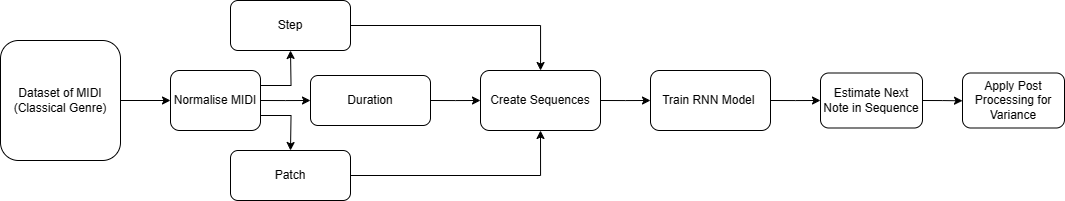
Before: static/rnn-pitch.png, a diagram exported from draw.io (ajbuchholz/CSC3094-Music-GAN-Dissertation). Source tidied: cells renumbered, new cells last; positions are measured from the earlier drawing's top-left corner, leaving out a move shared by most shapes. Source of this version:
```xml
<mxGraphModel>
  <root>
    <mxCell id="0" />
    <mxCell id="1" parent="0" />
    <mxCell id="2" style="edgeStyle=orthogonalEdgeStyle;rounded=0;jettySize=auto;html=1;exitX=1;exitY=0.5;exitDx=0;exitDy=0;" parent="1" edge="1" source="3">
      <mxGeometry relative="1" as="geometry">
        <mxPoint x="650" y="100" as="targetPoint" />
      </mxGeometry>
    </mxCell>
    <mxCell id="3" value="&lt;p&gt;Create Sequences&lt;/p&gt;" style="rounded=1;whiteSpace=wrap;html=1;" parent="1" vertex="1">
      <mxGeometry x="480" y="70" width="120" height="60" as="geometry" />
    </mxCell>
    <mxCell id="4" style="edgeStyle=orthogonalEdgeStyle;rounded=0;jettySize=auto;html=1;exitX=1;exitY=0.5;exitDx=0;exitDy=0;entryX=0;entryY=0.5;entryDx=0;entryDy=0;" parent="1" edge="1" source="5" target="9">
      <mxGeometry relative="1" as="geometry" />
    </mxCell>
    <mxCell id="5" value="Dataset of MIDI (Classical Genre)" style="rounded=1;whiteSpace=wrap;html=1;" parent="1" vertex="1">
      <mxGeometry y="40" width="120" height="120" as="geometry" />
    </mxCell>
    <mxCell id="6" style="edgeStyle=orthogonalEdgeStyle;rounded=0;jettySize=auto;html=1;exitX=1;exitY=0.25;exitDx=0;exitDy=0;" parent="1" edge="1" source="9">
      <mxGeometry relative="1" as="geometry">
        <mxPoint x="290" y="50" as="targetPoint" />
      </mxGeometry>
    </mxCell>
    <mxCell id="7" style="edgeStyle=orthogonalEdgeStyle;rounded=0;jettySize=auto;html=1;exitX=1;exitY=0.5;exitDx=0;exitDy=0;" parent="1" edge="1" source="9">
      <mxGeometry relative="1" as="geometry">
        <mxPoint x="310" y="100" as="targetPoint" />
      </mxGeometry>
    </mxCell>
    <mxCell id="8" style="edgeStyle=orthogonalEdgeStyle;rounded=0;jettySize=auto;html=1;exitX=1;exitY=0.75;exitDx=0;exitDy=0;" parent="1" edge="1" source="9">
      <mxGeometry relative="1" as="geometry">
        <mxPoint x="290" y="150" as="targetPoint" />
      </mxGeometry>
    </mxCell>
    <mxCell id="9" value="Normalise MIDI" style="rounded=1;whiteSpace=wrap;html=1;" parent="1" vertex="1">
      <mxGeometry x="170" y="70" width="90" height="60" as="geometry" />
    </mxCell>
    <mxCell id="10" style="edgeStyle=orthogonalEdgeStyle;rounded=0;jettySize=auto;html=1;exitX=1;exitY=0.5;exitDx=0;exitDy=0;" parent="1" edge="1" source="11" target="3">
      <mxGeometry relative="1" as="geometry" />
    </mxCell>
    <mxCell id="11" value="&lt;p&gt;Step&lt;/p&gt;" style="rounded=1;whiteSpace=wrap;html=1;" parent="1" vertex="1">
      <mxGeometry x="230" width="120" height="50" as="geometry" />
    </mxCell>
    <mxCell id="12" style="edgeStyle=orthogonalEdgeStyle;rounded=0;jettySize=auto;html=1;exitX=1;exitY=0.5;exitDx=0;exitDy=0;" parent="1" edge="1" source="13">
      <mxGeometry relative="1" as="geometry">
        <mxPoint x="480" y="100" as="targetPoint" />
      </mxGeometry>
    </mxCell>
    <mxCell id="13" value="&lt;p&gt;Duration&lt;/p&gt;" style="rounded=1;whiteSpace=wrap;html=1;" parent="1" vertex="1">
      <mxGeometry x="310" y="75" width="120" height="50" as="geometry" />
    </mxCell>
    <mxCell id="14" style="edgeStyle=orthogonalEdgeStyle;rounded=0;jettySize=auto;html=1;exitX=1;exitY=0.5;exitDx=0;exitDy=0;entryX=0.5;entryY=1;entryDx=0;entryDy=0;" parent="1" edge="1" source="15" target="3">
      <mxGeometry relative="1" as="geometry" />
    </mxCell>
    <mxCell id="15" value="&lt;p&gt;Patch&lt;/p&gt;" style="rounded=1;whiteSpace=wrap;html=1;" parent="1" vertex="1">
      <mxGeometry x="230" y="150" width="120" height="50" as="geometry" />
    </mxCell>
    <mxCell id="16" style="edgeStyle=orthogonalEdgeStyle;rounded=0;jettySize=auto;html=1;exitX=1;exitY=0.5;exitDx=0;exitDy=0;" parent="1" edge="1" source="17">
      <mxGeometry relative="1" as="geometry">
        <mxPoint x="820" y="100" as="targetPoint" />
      </mxGeometry>
    </mxCell>
    <mxCell id="17" value="Train RNN Model&amp;nbsp;" style="rounded=1;whiteSpace=wrap;html=1;" parent="1" vertex="1">
      <mxGeometry x="650" y="70" width="120" height="60" as="geometry" />
    </mxCell>
    <mxCell id="18" style="edgeStyle=orthogonalEdgeStyle;rounded=0;jettySize=auto;html=1;exitX=1;exitY=0.5;exitDx=0;exitDy=0;" parent="1" edge="1" source="19">
      <mxGeometry relative="1" as="geometry">
        <mxPoint x="962" y="100.3" as="targetPoint" />
      </mxGeometry>
    </mxCell>
    <mxCell id="19" value="&lt;p&gt;Estimate Next Note in Sequence&lt;/p&gt;" style="rounded=1;whiteSpace=wrap;html=1;" parent="1" vertex="1">
      <mxGeometry x="820" y="72.5" width="102" height="55" as="geometry" />
    </mxCell>
    <mxCell id="20" value="&lt;p&gt;Apply Post Processing for Variance&lt;/p&gt;" style="rounded=1;whiteSpace=wrap;html=1;" parent="1" vertex="1">
      <mxGeometry x="962" y="72.5" width="102" height="55" as="geometry" />
    </mxCell>
  </root>
</mxGraphModel>
```
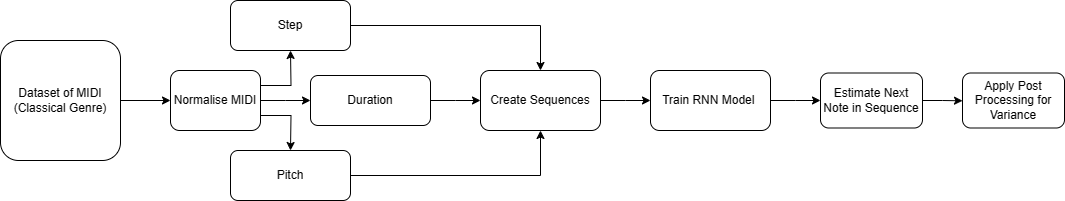
After the commit.

Change to the diagram source:
```diff
@@ -51,7 +51,7 @@
     <mxCell id="14" style="edgeStyle=orthogonalEdgeStyle;rounded=0;jettySize=auto;html=1;exitX=1;exitY=0.5;exitDx=0;exitDy=0;entryX=0.5;entryY=1;entryDx=0;entryDy=0;" parent="1" edge="1" source="15" target="3">
       <mxGeometry relative="1" as="geometry" />
     </mxCell>
-    <mxCell id="15" value="&lt;p&gt;Patch&lt;/p&gt;" style="rounded=1;whiteSpace=wrap;html=1;" parent="1" vertex="1">
+    <mxCell id="15" value="&lt;p&gt;Pitch&lt;/p&gt;" style="rounded=1;whiteSpace=wrap;html=1;" parent="1" vertex="1">
       <mxGeometry x="230" y="150" width="120" height="50" as="geometry" />
     </mxCell>
     <mxCell id="16" style="edgeStyle=orthogonalEdgeStyle;rounded=0;jettySize=auto;html=1;exitX=1;exitY=0.5;exitDx=0;exitDy=0;" parent="1" edge="1" source="17">
```
